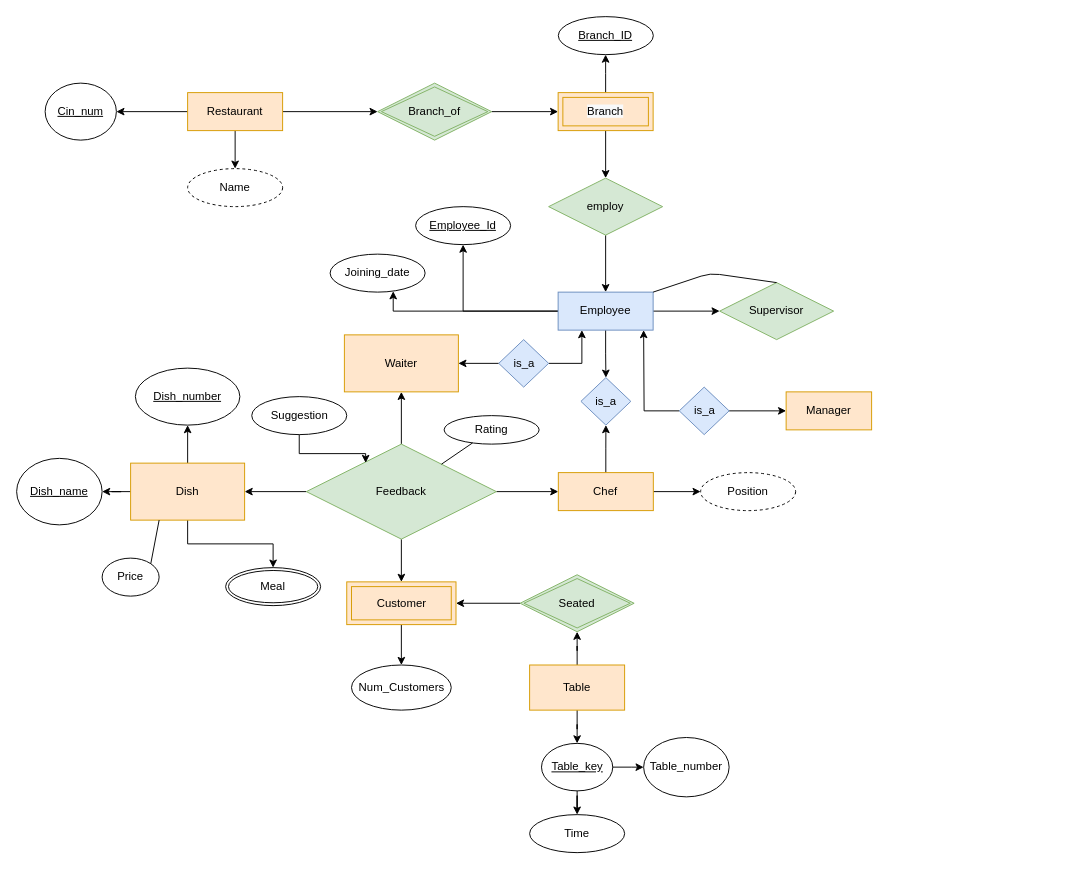
The draw.io diagram Restaurant Ratings.drawio in sarthaka1310/DAA, before the edit. Source tidied: cells renumbered, new cells numbered last; positions are measured from the earlier drawing's top-left corner, leaving out a move shared by most shapes. Both pictures are drawn from the tidied source at 95%, with x=0, y=0 at pixel (16, 16).
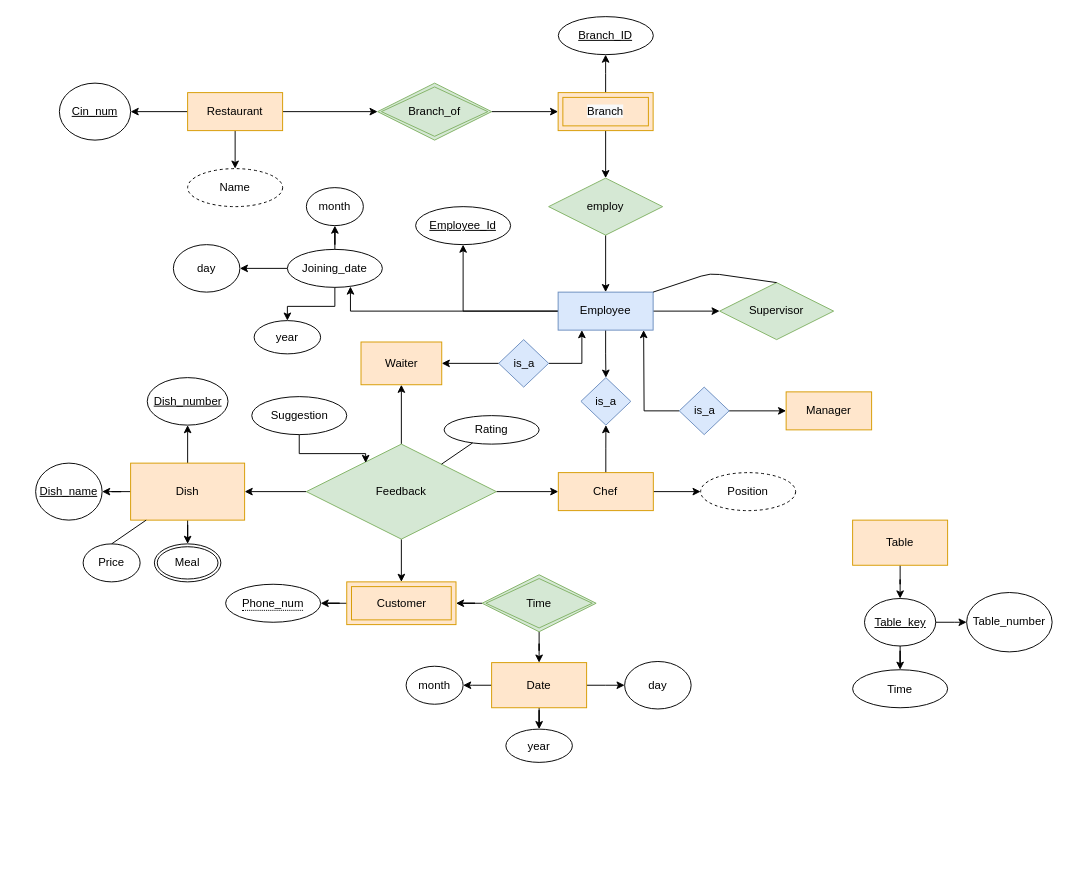
The same diagram, later.

The change refers to these unchanged cells:
```xml
<mxCell id="16" value="Dish" style="whiteSpace=wrap;html=1;fillColor=#ffe6cc;strokeColor=#d79b00;" parent="1" vertex="1">
  <mxGeometry x="120" y="470" width="120" height="60" as="geometry" />
</mxCell>
<mxCell id="33" value="Customer" style="shape=ext;margin=3;double=1;whiteSpace=wrap;html=1;align=center;fillColor=#ffe6cc;strokeColor=#d79b00;" parent="1" vertex="1">
  <mxGeometry x="347.5" y="595" width="115" height="45" as="geometry" />
</mxCell>
```

The edit, as a diff of the source:
```diff
@@
-    <mxCell id="11" style="edgeStyle=orthogonalEdgeStyle;rounded=0;jettySize=auto;html=1;" parent="1" edge="1" source="12" target="49">
-      <mxGeometry relative="1" as="geometry" />
-    </mxCell>
     <mxCell id="12" value="Table" style="whiteSpace=wrap;html=1;fillColor=#ffe6cc;strokeColor=#d79b00;" parent="1" vertex="1">
-      <mxGeometry x="540" y="682.5" width="100" height="47.5" as="geometry" />
+      <mxGeometry x="880" y="530" width="100" height="47.5" as="geometry" />
     </mxCell>
@@
     <mxCell id="17" value="Waiter" style="whiteSpace=wrap;html=1;fillColor=#ffe6cc;strokeColor=#d79b00;" parent="1" vertex="1">
-      <mxGeometry x="345" y="335" width="120" height="60" as="geometry" />
+      <mxGeometry x="362.5" y="342.5" width="85" height="45" as="geometry" />
     </mxCell>
@@
     <mxCell id="26" value="Table_key" style="ellipse;whiteSpace=wrap;html=1;fillColor=none;fontStyle=4;" parent="1" vertex="1">
-      <mxGeometry x="552.5" y="765" width="75" height="50" as="geometry" />
+      <mxGeometry x="892.5" y="612.5" width="75" height="50" as="geometry" />
     </mxCell>
     <mxCell id="27" value="Dish_name" style="ellipse;whiteSpace=wrap;html=1;fillColor=none;fontStyle=4;" parent="1" vertex="1">
-      <mxGeometry y="465" width="90" height="70" as="geometry" />
+      <mxGeometry x="20" y="470" width="70" height="60" as="geometry" />
     </mxCell>
     <mxCell id="28" value="&lt;u&gt;Dish_number&lt;/u&gt;" style="ellipse;whiteSpace=wrap;html=1;fillColor=none;" parent="1" vertex="1">
-      <mxGeometry x="125" y="370" width="110" height="60" as="geometry" />
+      <mxGeometry x="137.5" y="380" width="85" height="50" as="geometry" />
     </mxCell>
     <mxCell id="29" value="Table_number" style="ellipse;whiteSpace=wrap;html=1;fillColor=none;" parent="1" vertex="1">
-      <mxGeometry x="660" y="758.8" width="90" height="62.5" as="geometry" />
+      <mxGeometry x="1000" y="606.2" width="90" height="62.5" as="geometry" />
     </mxCell>
     <mxCell id="30" value="Price" style="ellipse;whiteSpace=wrap;html=1;fillColor=none;" parent="1" vertex="1">
-      <mxGeometry x="90" y="570" width="60" height="40" as="geometry" />
+      <mxGeometry x="70" y="555" width="60" height="40" as="geometry" />
     </mxCell>
@@
-    <mxCell id="32" style="edgeStyle=orthogonalEdgeStyle;rounded=0;jettySize=auto;html=1;" parent="1" edge="1" source="33" target="34">
-      <mxGeometry relative="1" as="geometry" />
-    </mxCell>
+    <mxCell id="69" style="edgeStyle=orthogonalEdgeStyle;rounded=0;jettySize=auto;html=1;" parent="1" edge="1" source="33" target="77">
+      <mxGeometry relative="1" as="geometry" />
+    </mxCell>
@@
-    <mxCell id="34" value="&lt;span&gt;Num_Customers&lt;/span&gt;" style="ellipse;whiteSpace=wrap;html=1;" parent="1" vertex="1">
-      <mxGeometry x="352.5" y="682.5" width="105" height="47.5" as="geometry" />
-    </mxCell>
@@
     <mxCell id="44" value="&lt;u&gt;Cin_num&lt;/u&gt;" style="ellipse;whiteSpace=wrap;html=1;" parent="1" vertex="1">
-      <mxGeometry x="30" y="70" width="75" height="60" as="geometry" />
+      <mxGeometry x="45" y="70" width="75" height="60" as="geometry" />
     </mxCell>
@@
+    <mxCell id="70" style="edgeStyle=orthogonalEdgeStyle;rounded=0;jettySize=auto;html=1;" parent="1" edge="1" source="49" target="81">
+      <mxGeometry relative="1" as="geometry" />
+    </mxCell>
-    <mxCell id="49" value="Seated" style="shape=rhombus;double=1;perimeter=rhombusPerimeter;whiteSpace=wrap;html=1;align=center;fillColor=#d5e8d4;strokeColor=#82b366;" parent="1" vertex="1">
-      <mxGeometry x="530" y="587.5" width="120" height="60" as="geometry" />
+    <mxCell id="49" value="Time" style="shape=rhombus;double=1;perimeter=rhombusPerimeter;whiteSpace=wrap;html=1;align=center;fillColor=#d5e8d4;strokeColor=#82b366;" parent="1" vertex="1">
+      <mxGeometry x="490" y="587.5" width="120" height="60" as="geometry" />
     </mxCell>
@@
     <mxCell id="51" value="Meal" style="ellipse;shape=doubleEllipse;margin=3;whiteSpace=wrap;html=1;align=center;" parent="1" vertex="1">
-      <mxGeometry x="220" y="580" width="100" height="40" as="geometry" />
+      <mxGeometry x="145" y="555" width="70" height="40" as="geometry" />
     </mxCell>
-    <mxCell id="52" style="endArrow=none;html=1;rounded=0;entryX=0.25;entryY=1;entryDx=0;entryDy=0;exitX=1;exitY=0;exitDx=0;exitDy=0;" parent="1" edge="1" source="30" target="16">
+    <mxCell id="52" style="endArrow=none;html=1;rounded=0;exitX=0.5;exitY=0;exitDx=0;exitDy=0;" parent="1" edge="1" source="30" target="16">
       <mxGeometry relative="1" as="geometry" />
     </mxCell>
@@
+    <mxCell id="71" style="edgeStyle=orthogonalEdgeStyle;rounded=0;jettySize=auto;html=1;" parent="1" edge="1" source="67" target="74">
+      <mxGeometry relative="1" as="geometry" />
+    </mxCell>
+    <mxCell id="72" style="edgeStyle=orthogonalEdgeStyle;rounded=0;jettySize=auto;html=1;" parent="1" edge="1" source="67" target="75">
+      <mxGeometry relative="1" as="geometry" />
+    </mxCell>
+    <mxCell id="73" style="edgeStyle=orthogonalEdgeStyle;rounded=0;jettySize=auto;html=1;" parent="1" edge="1" source="67" target="76">
+      <mxGeometry relative="1" as="geometry" />
+    </mxCell>
     <mxCell id="67" value="Joining_date" style="ellipse;whiteSpace=wrap;html=1;align=center;" parent="1" vertex="1">
-      <mxGeometry x="330" y="250" width="100" height="40" as="geometry" />
+      <mxGeometry x="285" y="245" width="100" height="40" as="geometry" />
     </mxCell>
     <mxCell id="68" value="Time" style="ellipse;whiteSpace=wrap;html=1;align=center;" parent="1" vertex="1">
-      <mxGeometry x="540" y="840" width="100" height="40" as="geometry" />
+      <mxGeometry x="880" y="687.5" width="100" height="40" as="geometry" />
     </mxCell>
+    <mxCell id="74" value="day" style="ellipse;whiteSpace=wrap;html=1;" parent="1" vertex="1">
+      <mxGeometry x="165" y="240" width="70" height="50" as="geometry" />
+    </mxCell>
+    <mxCell id="75" value="month" style="ellipse;whiteSpace=wrap;html=1;" parent="1" vertex="1">
+      <mxGeometry x="305" y="180" width="60" height="40" as="geometry" />
+    </mxCell>
+    <mxCell id="76" value="year" style="ellipse;whiteSpace=wrap;html=1;" parent="1" vertex="1">
+      <mxGeometry x="250" y="320" width="70" height="35" as="geometry" />
+    </mxCell>
+    <mxCell id="77" value="&lt;span style=&quot;border-bottom: 1px dotted&quot;&gt;Phone_num&lt;/span&gt;" style="ellipse;whiteSpace=wrap;html=1;align=center;" parent="1" vertex="1">
+      <mxGeometry x="220" y="597.5" width="100" height="40" as="geometry" />
+    </mxCell>
+    <mxCell id="78" style="edgeStyle=orthogonalEdgeStyle;rounded=0;jettySize=auto;html=1;" parent="1" edge="1" source="81" target="83">
+      <mxGeometry relative="1" as="geometry" />
+    </mxCell>
+    <mxCell id="79" style="edgeStyle=orthogonalEdgeStyle;rounded=0;jettySize=auto;html=1;" parent="1" edge="1" source="81" target="84">
+      <mxGeometry relative="1" as="geometry" />
+    </mxCell>
+    <mxCell id="80" style="edgeStyle=orthogonalEdgeStyle;rounded=0;jettySize=auto;html=1;" parent="1" edge="1" source="81" target="82">
+      <mxGeometry relative="1" as="geometry" />
+    </mxCell>
+    <mxCell id="81" value="Date" style="whiteSpace=wrap;html=1;fillColor=#ffe6cc;strokeColor=#d79b00;" parent="1" vertex="1">
+      <mxGeometry x="500" y="680" width="100" height="47.5" as="geometry" />
+    </mxCell>
+    <mxCell id="82" value="day" style="ellipse;whiteSpace=wrap;html=1;" parent="1" vertex="1">
+      <mxGeometry x="640" y="678.8" width="70" height="50" as="geometry" />
+    </mxCell>
+    <mxCell id="83" value="month" style="ellipse;whiteSpace=wrap;html=1;" parent="1" vertex="1">
+      <mxGeometry x="410" y="683.8" width="60" height="40" as="geometry" />
+    </mxCell>
+    <mxCell id="84" value="year" style="ellipse;whiteSpace=wrap;html=1;" parent="1" vertex="1">
+      <mxGeometry x="515" y="750" width="70" height="35" as="geometry" />
+    </mxCell>
```
